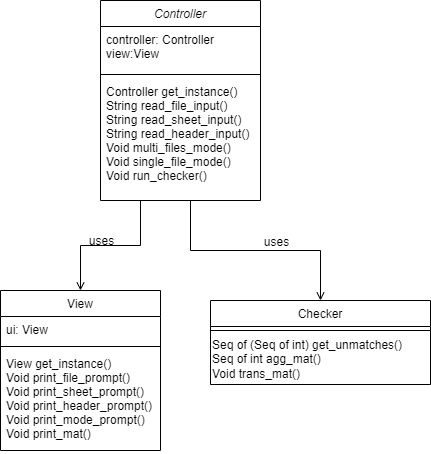
Before: Documentation/UML_AutoChecker.png, a diagram exported from draw.io (R-Fan9/Verification-Automation). Source tidied: cells renumbered, new cells last; positions are measured from the earlier drawing's top-left corner, leaving out a move shared by most shapes. The source it was exported from:
```xml
<mxGraphModel>
  <root>
    <mxCell id="0" />
    <mxCell id="1" parent="0" />
    <mxCell id="2" value="Controller" style="swimlane;fontStyle=2;align=center;verticalAlign=top;horizontal=1;startSize=26;rounded=0;shadow=0;strokeWidth=1;" parent="1" vertex="1">
      <mxGeometry x="100" width="160" height="200" as="geometry" />
    </mxCell>
    <mxCell id="3" value="controller: Controller&#10;view:View" style="text;align=left;verticalAlign=top;spacingLeft=4;spacingRight=4;overflow=hidden;" parent="2" vertex="1">
      <mxGeometry y="26" width="160" height="44" as="geometry" />
    </mxCell>
    <mxCell id="4" style="line;html=1;strokeWidth=1;align=left;verticalAlign=middle;spacingTop=-1;spacingLeft=3;spacingRight=3;labelPosition=right;" parent="2" vertex="1">
      <mxGeometry y="70" width="160" height="8" as="geometry" />
    </mxCell>
    <mxCell id="5" value="Controller get_instance()&#10;String read_file_input()&#10;String read_sheet_input()&#10;String read_header_input()&#10;Void multi_files_mode()&#10;Void single_file_mode()&#10;Void run_checker()&#10;" style="text;align=left;verticalAlign=top;spacingLeft=4;spacingRight=4;overflow=hidden;" parent="2" vertex="1">
      <mxGeometry y="78" width="160" height="112" as="geometry" />
    </mxCell>
    <mxCell id="6" value="View" style="swimlane;fontStyle=0;align=center;verticalAlign=top;horizontal=1;startSize=26;rounded=0;shadow=0;strokeWidth=1;" parent="1" vertex="1">
      <mxGeometry y="290" width="160" height="160" as="geometry" />
    </mxCell>
    <mxCell id="7" value="ui: View" style="text;align=left;verticalAlign=top;spacingLeft=4;spacingRight=4;overflow=hidden;" parent="6" vertex="1">
      <mxGeometry y="26" width="160" height="26" as="geometry" />
    </mxCell>
    <mxCell id="8" style="line;html=1;strokeWidth=1;align=left;verticalAlign=middle;spacingTop=-1;spacingLeft=3;spacingRight=3;labelPosition=right;" parent="6" vertex="1">
      <mxGeometry y="52" width="160" height="8" as="geometry" />
    </mxCell>
    <mxCell id="9" value="View get_instance()&#10;Void print_file_prompt()&#10;Void print_sheet_prompt()&#10;Void print_header_prompt()&#10;Void print_mode_prompt()&#10;Void print_mat()" style="text;align=left;verticalAlign=top;spacingLeft=4;spacingRight=4;overflow=hidden;" parent="6" vertex="1">
      <mxGeometry y="60" width="160" height="100" as="geometry" />
    </mxCell>
    <mxCell id="10" value="Checker" style="swimlane;fontStyle=0;align=center;verticalAlign=top;horizontal=1;startSize=26;rounded=0;shadow=0;strokeWidth=1;" parent="1" vertex="1">
      <mxGeometry x="210" y="300" width="220" height="84" as="geometry" />
    </mxCell>
    <mxCell id="11" style="line;html=1;strokeWidth=1;align=left;verticalAlign=middle;spacingTop=-1;spacingLeft=3;spacingRight=3;labelPosition=right;" parent="10" vertex="1">
      <mxGeometry y="26" width="220" height="8" as="geometry" />
    </mxCell>
    <mxCell id="12" value="Seq of (Seq of int) get_unmatches()&lt;br&gt;&lt;div&gt;Seq of int agg_mat()&lt;/div&gt;&lt;div&gt;Void trans_mat()&lt;/div&gt;" style="text;html=1;align=left;verticalAlign=middle;strokeColor=none;fillColor=none;" parent="10" vertex="1">
      <mxGeometry y="34" width="220" height="50" as="geometry" />
    </mxCell>
    <mxCell id="13" style="endArrow=open;shadow=0;strokeWidth=1;rounded=0;endFill=1;edgeStyle=elbowEdgeStyle;elbow=vertical;entryX=0.5;entryY=0;entryDx=0;entryDy=0;exitX=0.25;exitY=1;exitDx=0;exitDy=0;" parent="1" edge="1" source="2" target="6">
      <mxGeometry x="0.5" y="41" relative="1" as="geometry">
        <mxPoint x="-40" y="32" as="offset" />
      </mxGeometry>
    </mxCell>
    <mxCell id="14" style="endArrow=open;shadow=0;strokeWidth=1;rounded=0;endFill=1;edgeStyle=elbowEdgeStyle;elbow=vertical;" parent="1" edge="1" target="10">
      <mxGeometry x="0.5" y="41" relative="1" as="geometry">
        <mxPoint x="190" y="200" as="sourcePoint" />
        <mxPoint x="-40" y="32" as="offset" />
      </mxGeometry>
    </mxCell>
    <mxCell id="15" value="uses" style="text;html=1;align=center;verticalAlign=middle;labelBackgroundColor=none;rounded=0;shadow=0;strokeWidth=1;fontSize=12;" parent="14" vertex="1">
      <mxGeometry x="0.5" y="49" relative="1" as="geometry">
        <mxPoint x="-38" y="40" as="offset" />
      </mxGeometry>
    </mxCell>
    <mxCell id="16" value="uses" style="text;html=1;align=center;verticalAlign=middle;labelBackgroundColor=none;rounded=0;shadow=0;strokeWidth=1;fontSize=12;" parent="1" vertex="1">
      <mxGeometry x="100" y="240" as="geometry" />
    </mxCell>
  </root>
</mxGraphModel>
```
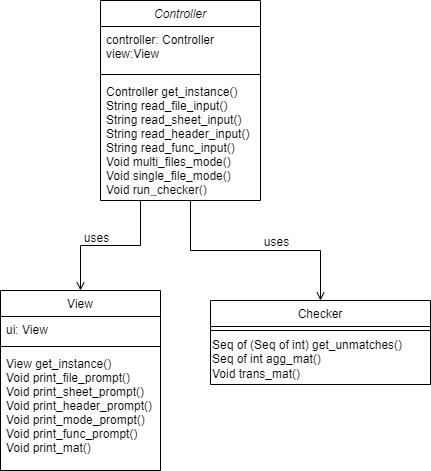
After the commit.

The edit, as a diff of the source:
```diff
@@ -11,11 +11,11 @@
     <mxCell id="4" style="line;html=1;strokeWidth=1;align=left;verticalAlign=middle;spacingTop=-1;spacingLeft=3;spacingRight=3;labelPosition=right;" parent="2" vertex="1">
       <mxGeometry y="70" width="160" height="8" as="geometry" />
     </mxCell>
-    <mxCell id="5" value="Controller get_instance()&#10;String read_file_input()&#10;String read_sheet_input()&#10;String read_header_input()&#10;Void multi_files_mode()&#10;Void single_file_mode()&#10;Void run_checker()&#10;" style="text;align=left;verticalAlign=top;spacingLeft=4;spacingRight=4;overflow=hidden;" parent="2" vertex="1">
+    <mxCell id="5" value="Controller get_instance()&#10;String read_file_input()&#10;String read_sheet_input()&#10;String read_header_input()&#10;String read_func_input()&#10;Void multi_files_mode()&#10;Void single_file_mode()&#10;Void run_checker()&#10;" style="text;align=left;verticalAlign=top;spacingLeft=4;spacingRight=4;overflow=hidden;" parent="2" vertex="1">
       <mxGeometry y="78" width="160" height="112" as="geometry" />
     </mxCell>
     <mxCell id="6" value="View" style="swimlane;fontStyle=0;align=center;verticalAlign=top;horizontal=1;startSize=26;rounded=0;shadow=0;strokeWidth=1;" parent="1" vertex="1">
-      <mxGeometry y="290" width="160" height="160" as="geometry" />
+      <mxGeometry y="290" width="160" height="180" as="geometry" />
     </mxCell>
     <mxCell id="7" value="ui: View" style="text;align=left;verticalAlign=top;spacingLeft=4;spacingRight=4;overflow=hidden;" parent="6" vertex="1">
       <mxGeometry y="26" width="160" height="26" as="geometry" />
@@ -23,8 +23,8 @@
     <mxCell id="8" style="line;html=1;strokeWidth=1;align=left;verticalAlign=middle;spacingTop=-1;spacingLeft=3;spacingRight=3;labelPosition=right;" parent="6" vertex="1">
       <mxGeometry y="52" width="160" height="8" as="geometry" />
     </mxCell>
-    <mxCell id="9" value="View get_instance()&#10;Void print_file_prompt()&#10;Void print_sheet_prompt()&#10;Void print_header_prompt()&#10;Void print_mode_prompt()&#10;Void print_mat()" style="text;align=left;verticalAlign=top;spacingLeft=4;spacingRight=4;overflow=hidden;" parent="6" vertex="1">
-      <mxGeometry y="60" width="160" height="100" as="geometry" />
+    <mxCell id="9" value="View get_instance()&#10;Void print_file_prompt()&#10;Void print_sheet_prompt()&#10;Void print_header_prompt()&#10;Void print_mode_prompt()&#10;Void print_func_prompt()&#10;Void print_mat()" style="text;align=left;verticalAlign=top;spacingLeft=4;spacingRight=4;overflow=hidden;" parent="6" vertex="1">
+      <mxGeometry y="60" width="160" height="110" as="geometry" />
     </mxCell>
     <mxCell id="10" value="Checker" style="swimlane;fontStyle=0;align=center;verticalAlign=top;horizontal=1;startSize=26;rounded=0;shadow=0;strokeWidth=1;" parent="1" vertex="1">
       <mxGeometry x="210" y="300" width="220" height="84" as="geometry" />
@@ -52,7 +52,9 @@
       </mxGeometry>
     </mxCell>
     <mxCell id="16" value="uses" style="text;html=1;align=center;verticalAlign=middle;labelBackgroundColor=none;rounded=0;shadow=0;strokeWidth=1;fontSize=12;" parent="1" vertex="1">
-      <mxGeometry x="100" y="240" as="geometry" />
+      <mxGeometry x="100" y="240" as="geometry">
+        <mxPoint x="-5" y="-3" as="offset" />
+      </mxGeometry>
     </mxCell>
   </root>
 </mxGraphModel>
```
